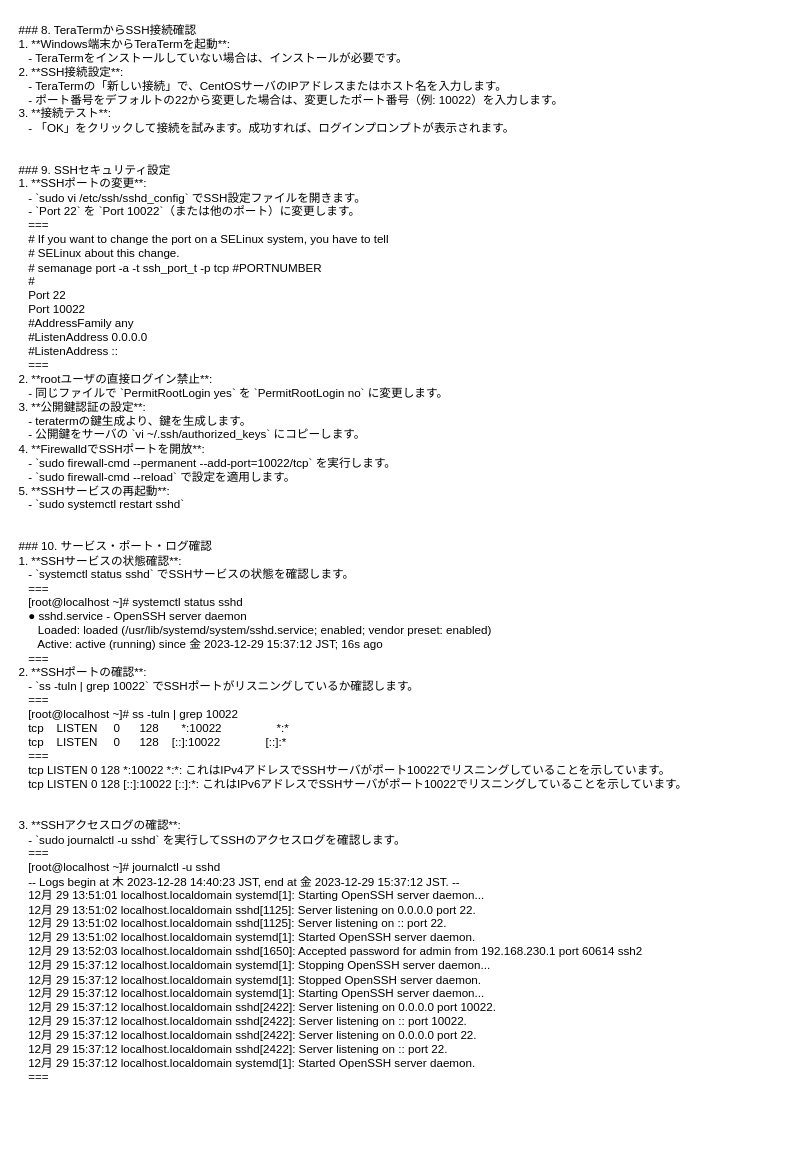
This is page "SSH" (2 of 10) of Centos7‗server.drawio from kyforprogram/linux, a draw.io file, before an edit. Source tidied: cells renumbered, new cells numbered last; positions are measured from the earlier drawing's top-left corner, leaving out a move shared by most shapes. Both pictures are drawn from the tidied source at 97%, with x=0, y=0 at pixel (16, 16).
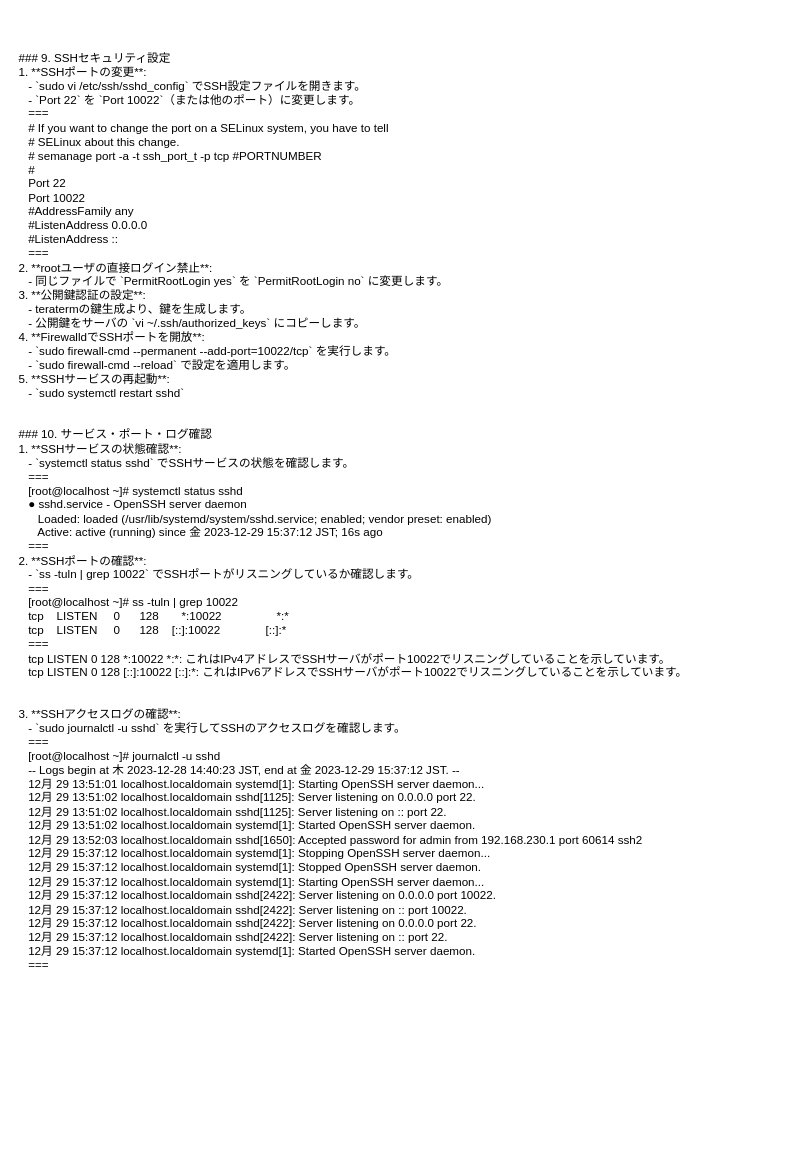
After the change.

Commit message:
Centos7‗server.drawio を更新します

What changed in the source:
```diff
@@
 <mxGraphModel>
   <root>
     <mxCell id="0" />
     <mxCell id="1" parent="0" />
-    <mxCell id="2" value="### 8. TeraTermからSSH接続確認&#10;1. **Windows端末からTeraTermを起動**:&#10;   - TeraTermをインストールしていない場合は、インストールが必要です。&#10;2. **SSH接続設定**:&#10;   - TeraTermの「新しい接続」で、CentOSサーバのIPアドレスまたはホスト名を入力します。&#10;   - ポート番号をデフォルトの22から変更した場合は、変更したポート番号（例: 10022）を入力します。&#10;3. **接続テスト**:&#10;   - 「OK」をクリックして接続を試みます。成功すれば、ログインプロンプトが表示されます。&#10;&#10;&#10;### 9. SSHセキュリティ設定&#10;1. **SSHポートの変更**:&#10;   - `sudo vi /etc/ssh/sshd_config` でSSH設定ファイルを開きます。&#10;   - `Port 22` を `Port 10022`（または他のポート）に変更します。&#10;   ===&#10;   # If you want to change the port on a SELinux system, you have to tell&#10;   # SELinux about this change.&#10;   # semanage port -a -t ssh_port_t -p tcp #PORTNUMBER&#10;   #&#10;   Port 22&#10;   Port 10022&#10;   #AddressFamily any&#10;   #ListenAddress 0.0.0.0&#10;   #ListenAddress ::&#10;   ===&#10;2. **rootユーザの直接ログイン禁止**:&#10;   - 同じファイルで `PermitRootLogin yes` を `PermitRootLogin no` に変更します。&#10;3. **公開鍵認証の設定**:&#10;   - teratermの鍵生成より、鍵を生成します。&#10;   - 公開鍵をサーバの `vi ~/.ssh/authorized_keys` にコピーします。&#10;4. **FirewalldでSSHポートを開放**:&#10;   - `sudo firewall-cmd --permanent --add-port=10022/tcp` を実行します。&#10;   - `sudo firewall-cmd --reload` で設定を適用します。&#10;5. **SSHサービスの再起動**:&#10;   - `sudo systemctl restart sshd`&#10;&#10;&#10;### 10. サービス・ポート・ログ確認&#10;1. **SSHサービスの状態確認**:&#10;   - `systemctl status sshd` でSSHサービスの状態を確認します。&#10;   ===&#10;   [root@localhost ~]# systemctl status sshd&#10;   ● sshd.service - OpenSSH server daemon&#10;      Loaded: loaded (/usr/lib/systemd/system/sshd.service; enabled; vendor preset: enabled)&#10;      Active: active (running) since 金 2023-12-29 15:37:12 JST; 16s ago&#10;   ===&#10;2. **SSHポートの確認**:&#10;   - `ss -tuln | grep 10022` でSSHポートがリスニングしているか確認します。&#10;   ===&#10;   [root@localhost ~]# ss -tuln | grep 10022&#10;   tcp    LISTEN     0      128       *:10022                 *:*&#10;   tcp    LISTEN     0      128    [::]:10022              [::]:*&#10;   ===&#10;   tcp LISTEN 0 128 *:10022 *:*: これはIPv4アドレスでSSHサーバがポート10022でリスニングしていることを示しています。&#10;   tcp LISTEN 0 128 [::]:10022 [::]:*: これはIPv6アドレスでSSHサーバがポート10022でリスニングしていることを示しています。&#10;&#10;&#10;3. **SSHアクセスログの確認**:&#10;   - `sudo journalctl -u sshd` を実行してSSHのアクセスログを確認します。&#10;   ===&#10;   [root@localhost ~]# journalctl -u sshd&#10;   -- Logs begin at 木 2023-12-28 14:40:23 JST, end at 金 2023-12-29 15:37:12 JST. --&#10;   12月 29 13:51:01 localhost.localdomain systemd[1]: Starting OpenSSH server daemon...&#10;   12月 29 13:51:02 localhost.localdomain sshd[1125]: Server listening on 0.0.0.0 port 22.&#10;   12月 29 13:51:02 localhost.localdomain sshd[1125]: Server listening on :: port 22.&#10;   12月 29 13:51:02 localhost.localdomain systemd[1]: Started OpenSSH server daemon.&#10;   12月 29 13:52:03 localhost.localdomain sshd[1650]: Accepted password for admin from 192.168.230.1 port 60614 ssh2&#10;   12月 29 15:37:12 localhost.localdomain systemd[1]: Stopping OpenSSH server daemon...&#10;   12月 29 15:37:12 localhost.localdomain systemd[1]: Stopped OpenSSH server daemon.&#10;   12月 29 15:37:12 localhost.localdomain systemd[1]: Starting OpenSSH server daemon...&#10;   12月 29 15:37:12 localhost.localdomain sshd[2422]: Server listening on 0.0.0.0 port 10022.&#10;   12月 29 15:37:12 localhost.localdomain sshd[2422]: Server listening on :: port 10022.&#10;   12月 29 15:37:12 localhost.localdomain sshd[2422]: Server listening on 0.0.0.0 port 22.&#10;   12月 29 15:37:12 localhost.localdomain sshd[2422]: Server listening on :: port 22.&#10;   12月 29 15:37:12 localhost.localdomain systemd[1]: Started OpenSSH server daemon.&#10;   ===" style="text;whiteSpace=wrap;" parent="1" vertex="1">
+    <mxCell id="2" value="&#10;&#10;### 9. SSHセキュリティ設定&#10;1. **SSHポートの変更**:&#10;   - `sudo vi /etc/ssh/sshd_config` でSSH設定ファイルを開きます。&#10;   - `Port 22` を `Port 10022`（または他のポート）に変更します。&#10;   ===&#10;   # If you want to change the port on a SELinux system, you have to tell&#10;   # SELinux about this change.&#10;   # semanage port -a -t ssh_port_t -p tcp #PORTNUMBER&#10;   #&#10;   Port 22&#10;   Port 10022&#10;   #AddressFamily any&#10;   #ListenAddress 0.0.0.0&#10;   #ListenAddress ::&#10;   ===&#10;2. **rootユーザの直接ログイン禁止**:&#10;   - 同じファイルで `PermitRootLogin yes` を `PermitRootLogin no` に変更します。&#10;3. **公開鍵認証の設定**:&#10;   - teratermの鍵生成より、鍵を生成します。&#10;   - 公開鍵をサーバの `vi ~/.ssh/authorized_keys` にコピーします。&#10;4. **FirewalldでSSHポートを開放**:&#10;   - `sudo firewall-cmd --permanent --add-port=10022/tcp` を実行します。&#10;   - `sudo firewall-cmd --reload` で設定を適用します。&#10;5. **SSHサービスの再起動**:&#10;   - `sudo systemctl restart sshd`&#10;&#10;&#10;### 10. サービス・ポート・ログ確認&#10;1. **SSHサービスの状態確認**:&#10;   - `systemctl status sshd` でSSHサービスの状態を確認します。&#10;   ===&#10;   [root@localhost ~]# systemctl status sshd&#10;   ● sshd.service - OpenSSH server daemon&#10;      Loaded: loaded (/usr/lib/systemd/system/sshd.service; enabled; vendor preset: enabled)&#10;      Active: active (running) since 金 2023-12-29 15:37:12 JST; 16s ago&#10;   ===&#10;2. **SSHポートの確認**:&#10;   - `ss -tuln | grep 10022` でSSHポートがリスニングしているか確認します。&#10;   ===&#10;   [root@localhost ~]# ss -tuln | grep 10022&#10;   tcp    LISTEN     0      128       *:10022                 *:*&#10;   tcp    LISTEN     0      128    [::]:10022              [::]:*&#10;   ===&#10;   tcp LISTEN 0 128 *:10022 *:*: これはIPv4アドレスでSSHサーバがポート10022でリスニングしていることを示しています。&#10;   tcp LISTEN 0 128 [::]:10022 [::]:*: これはIPv6アドレスでSSHサーバがポート10022でリスニングしていることを示しています。&#10;&#10;&#10;3. **SSHアクセスログの確認**:&#10;   - `sudo journalctl -u sshd` を実行してSSHのアクセスログを確認します。&#10;   ===&#10;   [root@localhost ~]# journalctl -u sshd&#10;   -- Logs begin at 木 2023-12-28 14:40:23 JST, end at 金 2023-12-29 15:37:12 JST. --&#10;   12月 29 13:51:01 localhost.localdomain systemd[1]: Starting OpenSSH server daemon...&#10;   12月 29 13:51:02 localhost.localdomain sshd[1125]: Server listening on 0.0.0.0 port 22.&#10;   12月 29 13:51:02 localhost.localdomain sshd[1125]: Server listening on :: port 22.&#10;   12月 29 13:51:02 localhost.localdomain systemd[1]: Started OpenSSH server daemon.&#10;   12月 29 13:52:03 localhost.localdomain sshd[1650]: Accepted password for admin from 192.168.230.1 port 60614 ssh2&#10;   12月 29 15:37:12 localhost.localdomain systemd[1]: Stopping OpenSSH server daemon...&#10;   12月 29 15:37:12 localhost.localdomain systemd[1]: Stopped OpenSSH server daemon.&#10;   12月 29 15:37:12 localhost.localdomain systemd[1]: Starting OpenSSH server daemon...&#10;   12月 29 15:37:12 localhost.localdomain sshd[2422]: Server listening on 0.0.0.0 port 10022.&#10;   12月 29 15:37:12 localhost.localdomain sshd[2422]: Server listening on :: port 10022.&#10;   12月 29 15:37:12 localhost.localdomain sshd[2422]: Server listening on 0.0.0.0 port 22.&#10;   12月 29 15:37:12 localhost.localdomain sshd[2422]: Server listening on :: port 22.&#10;   12月 29 15:37:12 localhost.localdomain systemd[1]: Started OpenSSH server daemon.&#10;   ===" style="text;whiteSpace=wrap;" parent="1" vertex="1">
       <mxGeometry y="-0.2" width="780" height="1173" as="geometry" />
     </mxCell>
   </root>
 </mxGraphModel>
```
